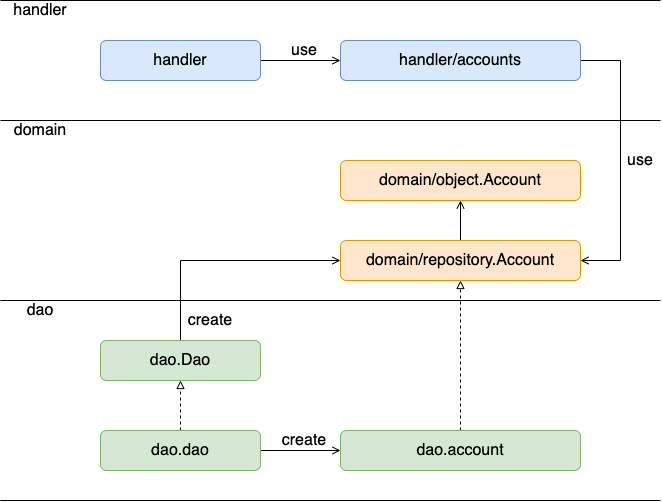
Before: doc/module_dependency.png, a diagram exported from draw.io (yoyo1025/yatter-backend-go-2024). Source tidied: cells renumbered, new cells last; positions are measured from the earlier drawing's top-left corner, leaving out a move shared by most shapes.
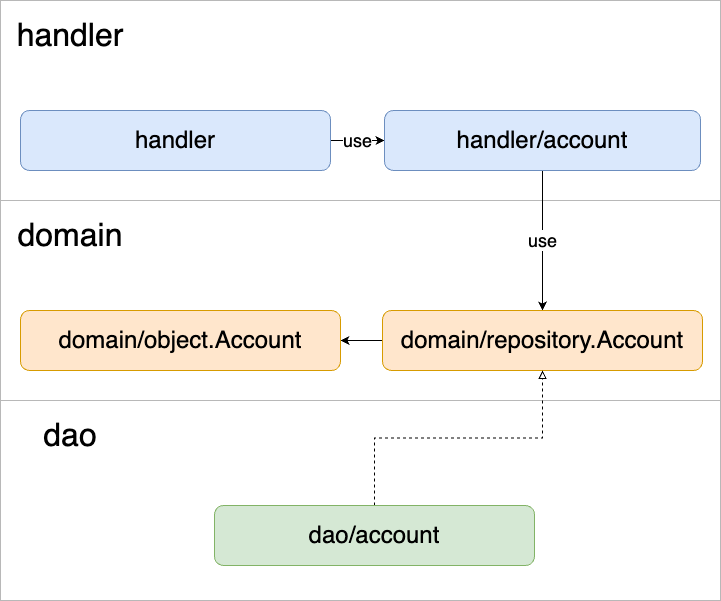
Above is the later version.

Commit message:
コードアーキテクチャの図を修正する

What changed in the source:
```diff
@@ -2,100 +2,53 @@
   <root>
     <mxCell id="0" />
     <mxCell id="1" parent="0" />
-    <mxCell id="2" style="edgeStyle=orthogonalEdgeStyle;rounded=0;jettySize=auto;html=1;exitX=1;exitY=0.5;exitDx=0;exitDy=0;entryX=0;entryY=0.5;entryDx=0;entryDy=0;endArrow=open;endFill=0;" parent="1" edge="1" source="3" target="18">
-      <mxGeometry relative="1" as="geometry" />
+    <mxCell id="2" style="rounded=0;whiteSpace=wrap;html=1;fontColor=none;noLabel=1;strokeColor=#B8B8B8;" parent="1" vertex="1">
+      <mxGeometry x="-40" y="-80" width="720" height="200" as="geometry" />
     </mxCell>
-    <mxCell id="3" value="&lt;font style=&quot;font-size: 16px&quot;&gt;handler&lt;/font&gt;" style="rounded=1;whiteSpace=wrap;html=1;fillColor=#dae8fc;strokeColor=#6c8ebf;" parent="1" vertex="1">
-      <mxGeometry x="100" y="40" width="160" height="40" as="geometry" />
+    <mxCell id="3" style="rounded=0;whiteSpace=wrap;html=1;strokeColor=#B8B8B8;" parent="1" vertex="1">
+      <mxGeometry x="-40" y="120" width="720" height="200" as="geometry" />
     </mxCell>
-    <mxCell id="4" style="edgeStyle=orthogonalEdgeStyle;rounded=0;jettySize=auto;html=1;exitX=0.5;exitY=0;exitDx=0;exitDy=0;endArrow=open;endFill=0;" parent="1" edge="1" source="5" target="22">
-      <mxGeometry relative="1" as="geometry" />
+    <mxCell id="4" style="rounded=0;whiteSpace=wrap;html=1;strokeColor=#B8B8B8;" parent="1" vertex="1">
+      <mxGeometry x="-40" y="320" width="720" height="200" as="geometry" />
     </mxCell>
-    <mxCell id="5" value="&lt;font style=&quot;font-size: 16px&quot;&gt;domain/repository.Account&lt;/font&gt;" style="rounded=1;whiteSpace=wrap;html=1;fillColor=#ffe6cc;strokeColor=#d79b00;" parent="1" vertex="1">
-      <mxGeometry x="340" y="240" width="240" height="40" as="geometry" />
+    <mxCell id="5" value="handler" style="text;html=1;strokeColor=none;fillColor=none;align=center;verticalAlign=middle;whiteSpace=wrap;rounded=0;fontSize=32;" parent="1" vertex="1">
+      <mxGeometry x="-40" y="-80" width="140" height="70" as="geometry" />
     </mxCell>
-    <mxCell id="6" style="edgeStyle=orthogonalEdgeStyle;rounded=0;jettySize=auto;html=1;exitX=0.5;exitY=0;exitDx=0;exitDy=0;entryX=0;entryY=0.5;entryDx=0;entryDy=0;endArrow=open;endFill=0;" parent="1" edge="1" source="7" target="5">
-      <mxGeometry relative="1" as="geometry" />
+    <mxCell id="6" value="domain" style="text;html=1;strokeColor=none;fillColor=none;align=center;verticalAlign=middle;whiteSpace=wrap;rounded=0;fontSize=32;" parent="1" vertex="1">
+      <mxGeometry x="-40" y="120" width="140" height="70" as="geometry" />
     </mxCell>
-    <mxCell id="7" value="&lt;font style=&quot;font-size: 16px&quot;&gt;dao.Dao&lt;/font&gt;" style="rounded=1;whiteSpace=wrap;html=1;fillColor=#d5e8d4;strokeColor=#82b366;" parent="1" vertex="1">
-      <mxGeometry x="100" y="340" width="160" height="40" as="geometry" />
+    <mxCell id="7" value="dao" style="text;html=1;strokeColor=none;fillColor=none;align=center;verticalAlign=middle;whiteSpace=wrap;rounded=0;fontSize=32;" parent="1" vertex="1">
+      <mxGeometry x="-40" y="320" width="140" height="70" as="geometry" />
     </mxCell>
-    <mxCell id="8" style="edgeStyle=orthogonalEdgeStyle;rounded=0;jettySize=auto;html=1;exitX=0.5;exitY=0;exitDx=0;exitDy=0;endArrow=block;endFill=0;dashed=1;" parent="1" edge="1" source="10" target="7">
+    <mxCell id="8" style="edgeStyle=orthogonalEdgeStyle;rounded=0;jettySize=auto;html=1;exitX=1;exitY=0.5;exitDx=0;exitDy=0;entryX=0;entryY=0.5;entryDx=0;entryDy=0;" parent="1" edge="1" source="10" target="12">
       <mxGeometry relative="1" as="geometry" />
     </mxCell>
-    <mxCell id="9" style="edgeStyle=orthogonalEdgeStyle;rounded=0;jettySize=auto;html=1;exitX=1;exitY=0.5;exitDx=0;exitDy=0;entryX=0;entryY=0.5;entryDx=0;entryDy=0;endArrow=open;endFill=0;" parent="1" edge="1" source="10" target="12">
-      <mxGeometry relative="1" as="geometry" />
+    <mxCell id="9" value="use" style="edgeLabel;html=1;align=center;verticalAlign=middle;fontSize=18;" parent="8" vertex="1">
+      <mxGeometry x="-0.04" y="1" relative="1" as="geometry" />
     </mxCell>
-    <mxCell id="10" value="&lt;font style=&quot;font-size: 16px&quot;&gt;dao.dao&lt;/font&gt;" style="rounded=1;whiteSpace=wrap;html=1;fillColor=#d5e8d4;strokeColor=#82b366;" parent="1" vertex="1">
-      <mxGeometry x="100" y="430" width="160" height="40" as="geometry" />
+    <mxCell id="10" value="&lt;font style=&quot;font-size: 24px;&quot;&gt;handler&lt;/font&gt;" style="rounded=1;whiteSpace=wrap;html=1;fillColor=#dae8fc;strokeColor=#6c8ebf;" parent="1" vertex="1">
+      <mxGeometry x="-20" y="30" width="310" height="60" as="geometry" />
     </mxCell>
-    <mxCell id="11" style="edgeStyle=orthogonalEdgeStyle;rounded=0;jettySize=auto;html=1;exitX=0.5;exitY=0;exitDx=0;exitDy=0;entryX=0.5;entryY=1;entryDx=0;entryDy=0;endArrow=block;endFill=0;dashed=1;" parent="1" edge="1" source="12" target="5">
+    <mxCell id="11" value="use" style="edgeStyle=orthogonalEdgeStyle;rounded=0;jettySize=auto;html=1;exitX=0.5;exitY=1;exitDx=0;exitDy=0;fontSize=18;" parent="1" edge="1" source="12" target="14">
       <mxGeometry relative="1" as="geometry" />
     </mxCell>
-    <mxCell id="12" value="&lt;span style=&quot;font-size: 16px&quot;&gt;dao.account&lt;/span&gt;" style="rounded=1;whiteSpace=wrap;html=1;fillColor=#d5e8d4;strokeColor=#82b366;" parent="1" vertex="1">
-      <mxGeometry x="340" y="430" width="240" height="40" as="geometry" />
+    <mxCell id="12" value="&lt;font style=&quot;font-size: 24px;&quot;&gt;handler/account&lt;/font&gt;" style="rounded=1;whiteSpace=wrap;html=1;fillColor=#dae8fc;strokeColor=#6c8ebf;" parent="1" vertex="1">
+      <mxGeometry x="344" y="30" width="316" height="60" as="geometry" />
     </mxCell>
-    <mxCell id="13" style="endArrow=none;html=1;" parent="1" edge="1">
-      <mxGeometry relative="1" as="geometry">
-        <mxPoint y="120" as="sourcePoint" />
-        <mxPoint x="660" y="120" as="targetPoint" />
-      </mxGeometry>
+    <mxCell id="13" style="edgeStyle=orthogonalEdgeStyle;rounded=0;jettySize=auto;html=1;exitX=0;exitY=0.5;exitDx=0;exitDy=0;entryX=1;entryY=0.5;entryDx=0;entryDy=0;" parent="1" edge="1" source="14" target="15">
+      <mxGeometry relative="1" as="geometry" />
     </mxCell>
-    <mxCell id="14" style="endArrow=none;html=1;" parent="1" edge="1">
-      <mxGeometry relative="1" as="geometry">
-        <mxPoint y="300" as="sourcePoint" />
-        <mxPoint x="660" y="300" as="targetPoint" />
-      </mxGeometry>
+    <mxCell id="14" value="&lt;font style=&quot;font-size: 24px;&quot;&gt;domain/repository.Account&lt;/font&gt;" style="rounded=1;whiteSpace=wrap;html=1;fillColor=#ffe6cc;strokeColor=#D79B00;" parent="1" vertex="1">
+      <mxGeometry x="342" y="230" width="320" height="60" as="geometry" />
     </mxCell>
-    <mxCell id="15" style="endArrow=none;html=1;" parent="1" edge="1">
-      <mxGeometry relative="1" as="geometry">
-        <mxPoint y="500" as="sourcePoint" />
-        <mxPoint x="660" y="500" as="targetPoint" />
-      </mxGeometry>
+    <mxCell id="15" value="&lt;font style=&quot;font-size: 24px;&quot;&gt;domain/object.Account&lt;/font&gt;" style="rounded=1;whiteSpace=wrap;html=1;fillColor=#ffe6cc;strokeColor=#D79B00;" parent="1" vertex="1">
+      <mxGeometry x="-20" y="230" width="320" height="60" as="geometry" />
     </mxCell>
-    <mxCell id="16" style="endArrow=none;html=1;" parent="1" edge="1">
-      <mxGeometry relative="1" as="geometry">
-        <mxPoint as="sourcePoint" />
-        <mxPoint x="660" as="targetPoint" />
-      </mxGeometry>
+    <mxCell id="16" style="edgeStyle=orthogonalEdgeStyle;rounded=0;jettySize=auto;html=1;exitX=0.5;exitY=0;exitDx=0;exitDy=0;entryX=0.5;entryY=1;entryDx=0;entryDy=0;dashed=1;endArrow=block;endFill=0;" parent="1" edge="1" source="17" target="14">
+      <mxGeometry relative="1" as="geometry" />
     </mxCell>
-    <mxCell id="17" style="edgeStyle=orthogonalEdgeStyle;rounded=0;jettySize=auto;html=1;exitX=1;exitY=0.5;exitDx=0;exitDy=0;entryX=1;entryY=0.5;entryDx=0;entryDy=0;endArrow=open;endFill=0;" parent="1" edge="1" source="18" target="5">
-      <mxGeometry relative="1" as="geometry">
-        <Array as="points">
-          <mxPoint x="620" y="60" />
-          <mxPoint x="620" y="260" />
-        </Array>
-      </mxGeometry>
+    <mxCell id="17" value="&lt;font style=&quot;font-size: 24px;&quot;&gt;dao/account&lt;/font&gt;" style="rounded=1;whiteSpace=wrap;html=1;fillColor=#d5e8d4;strokeColor=#82b366;" parent="1" vertex="1">
+      <mxGeometry x="174" y="425" width="320" height="60" as="geometry" />
     </mxCell>
-    <mxCell id="18" value="&lt;span style=&quot;font-size: 16px&quot;&gt;handler/accounts&lt;/span&gt;" style="rounded=1;whiteSpace=wrap;html=1;fillColor=#dae8fc;strokeColor=#6c8ebf;" parent="1" vertex="1">
-      <mxGeometry x="340" y="40" width="240" height="40" as="geometry" />
-    </mxCell>
-    <mxCell id="19" value="&lt;span style=&quot;font-size: 16px&quot;&gt;handler&lt;/span&gt;" style="text;html=1;strokeColor=none;fillColor=none;align=center;verticalAlign=middle;whiteSpace=wrap;rounded=0;" parent="1" vertex="1">
-      <mxGeometry x="10" width="60" height="20" as="geometry" />
-    </mxCell>
-    <mxCell id="20" value="&lt;span style=&quot;font-size: 16px&quot;&gt;domain&lt;/span&gt;" style="text;html=1;strokeColor=none;fillColor=none;align=center;verticalAlign=middle;whiteSpace=wrap;rounded=0;" parent="1" vertex="1">
-      <mxGeometry x="10" y="120" width="60" height="20" as="geometry" />
-    </mxCell>
-    <mxCell id="21" value="&lt;span style=&quot;font-size: 16px&quot;&gt;dao&lt;/span&gt;" style="text;html=1;strokeColor=none;fillColor=none;align=center;verticalAlign=middle;whiteSpace=wrap;rounded=0;" parent="1" vertex="1">
-      <mxGeometry x="10" y="300" width="60" height="20" as="geometry" />
-    </mxCell>
-    <mxCell id="22" value="&lt;font style=&quot;font-size: 16px&quot;&gt;domain/object.Account&lt;/font&gt;" style="rounded=1;whiteSpace=wrap;html=1;fillColor=#ffe6cc;strokeColor=#d79b00;" parent="1" vertex="1">
-      <mxGeometry x="340" y="160" width="240" height="40" as="geometry" />
-    </mxCell>
-    <mxCell id="23" value="&lt;span style=&quot;font-size: 16px&quot;&gt;create&lt;/span&gt;" style="text;html=1;strokeColor=none;fillColor=none;align=center;verticalAlign=middle;whiteSpace=wrap;rounded=0;" parent="1" vertex="1">
-      <mxGeometry x="180" y="310" width="60" height="20" as="geometry" />
-    </mxCell>
-    <mxCell id="24" value="&lt;span style=&quot;font-size: 16px&quot;&gt;create&lt;/span&gt;" style="text;html=1;strokeColor=none;fillColor=none;align=center;verticalAlign=middle;whiteSpace=wrap;rounded=0;" parent="1" vertex="1">
-      <mxGeometry x="273.5" y="430" width="60" height="20" as="geometry" />
-    </mxCell>
-    <mxCell id="25" value="&lt;span style=&quot;font-size: 16px&quot;&gt;use&lt;/span&gt;" style="text;html=1;strokeColor=none;fillColor=none;align=center;verticalAlign=middle;whiteSpace=wrap;rounded=0;" parent="1" vertex="1">
-      <mxGeometry x="273.5" y="40" width="60" height="20" as="geometry" />
-    </mxCell>
-    <mxCell id="26" value="&lt;span style=&quot;font-size: 16px&quot;&gt;use&lt;/span&gt;" style="text;html=1;strokeColor=none;fillColor=none;align=center;verticalAlign=middle;whiteSpace=wrap;rounded=0;" parent="1" vertex="1">
-      <mxGeometry x="620" y="150" width="40" height="20" as="geometry" />
-    </mxCell>
-    <mxCell id="27" style="edgeStyle=orthogonalEdgeStyle;rounded=0;orthogonalLoop=1;jettySize=auto;html=1;exitX=0.5;exitY=1;exitDx=0;exitDy=0;endArrow=open;endFill=0;" parent="1" edge="1" source="21" target="21">
-      <mxGeometry relative="1" as="geometry" />
-    </mxCell>
   </root>
 </mxGraphModel>
```
